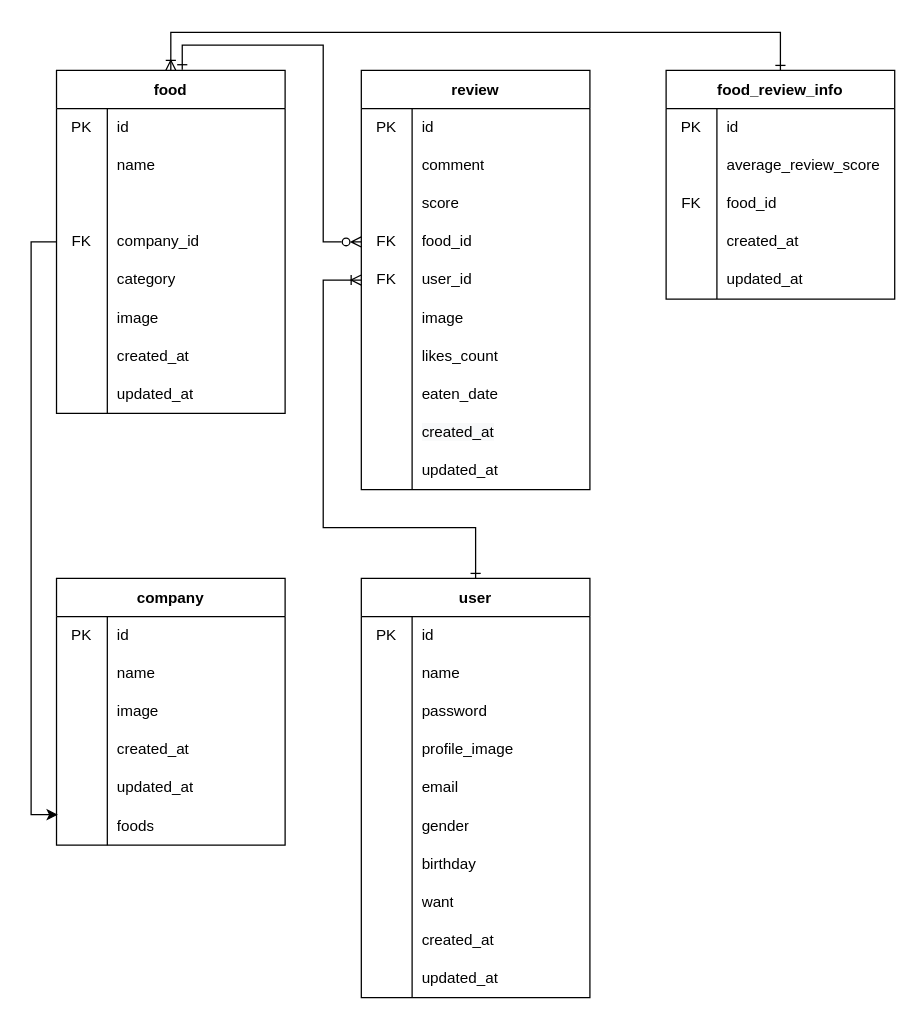
Before: backend/ERD.drawio in Bluewind8791/mukcha, a draw.io diagram. Source tidied: cells renumbered, new cells numbered last; positions are measured from the earlier drawing's top-left corner, leaving out a move shared by most shapes. Both pictures are drawn from the tidied source at 127%, with x=0, y=0 at pixel (30, 32).
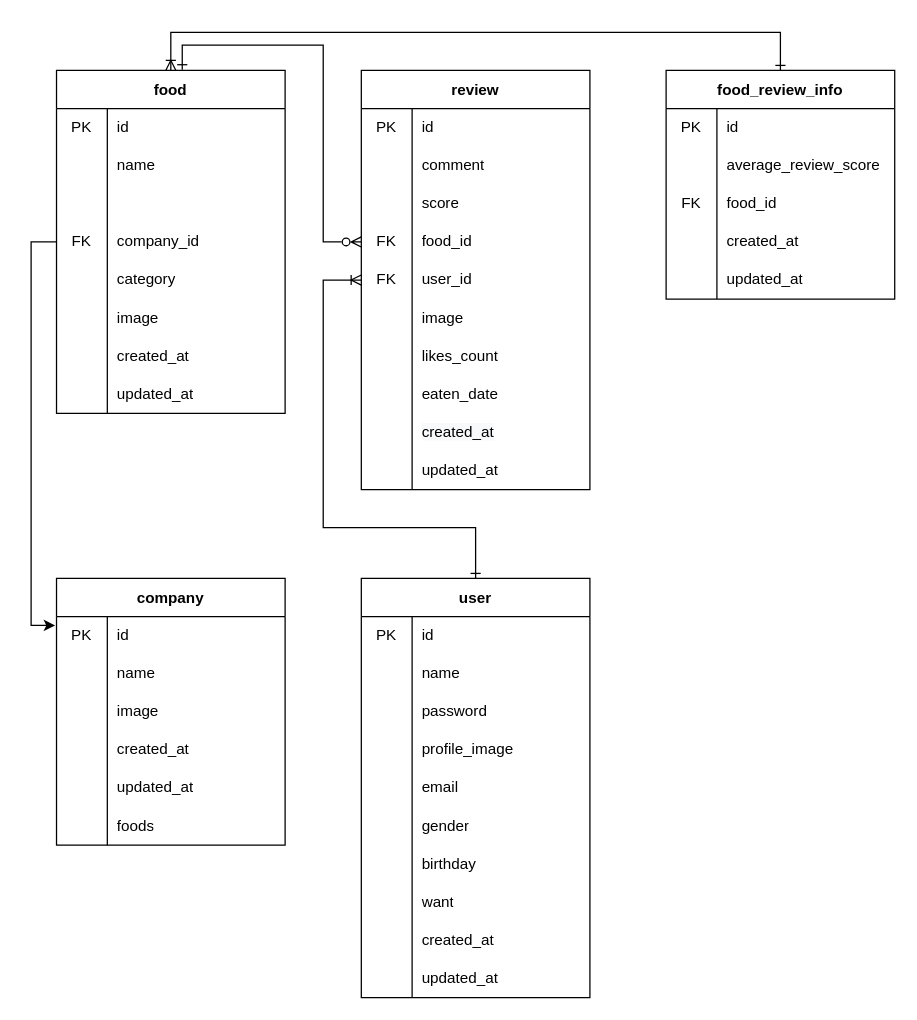
The same page after the edit.

Unchanged cells that the change refers to:
```xml
<mxCell id="13" style="shape=tableRow;horizontal=0;startSize=0;swimlaneHead=0;swimlaneBody=0;top=0;left=0;bottom=0;right=0;fillColor=none;points=[[0,0.5],[1,0.5]];portConstraint=eastwest;" parent="3" vertex="1">
  <mxGeometry y="120" width="180" height="30" as="geometry" />
</mxCell>
<mxCell id="30" style="shape=tableRow;horizontal=0;startSize=0;swimlaneHead=0;swimlaneBody=0;top=0;left=0;bottom=0;right=0;fillColor=none;points=[[0,0.5],[1,0.5]];portConstraint=eastwest;" parent="29" vertex="1">
  <mxGeometry y="30" width="180" height="30" as="geometry" />
</mxCell>
<mxCell id="45" style="shape=tableRow;horizontal=0;startSize=0;swimlaneHead=0;swimlaneBody=0;top=0;left=0;bottom=0;right=0;fillColor=none;points=[[0,0.5],[1,0.5]];portConstraint=eastwest;" parent="29" vertex="1">
  <mxGeometry y="180" width="180" height="30" as="geometry" />
</mxCell>
```

What changed in the source:
```diff
@@
-    <mxCell id="128" style="edgeStyle=orthogonalEdgeStyle;rounded=0;jettySize=auto;html=1;entryX=0.006;entryY=0.2;entryDx=0;entryDy=0;entryPerimeter=0;" parent="1" edge="1" source="13" target="45">
+    <mxCell id="128" style="edgeStyle=orthogonalEdgeStyle;rounded=0;jettySize=auto;html=1;entryX=-0.006;entryY=0.233;entryDx=0;entryDy=0;entryPerimeter=0;" parent="1" edge="1" source="13" target="30">
       <mxGeometry relative="1" as="geometry">
         <Array as="points">
           <mxPoint y="165" />
-          <mxPoint y="616" />
+          <mxPoint y="467" />
         </Array>
       </mxGeometry>
     </mxCell>
```
